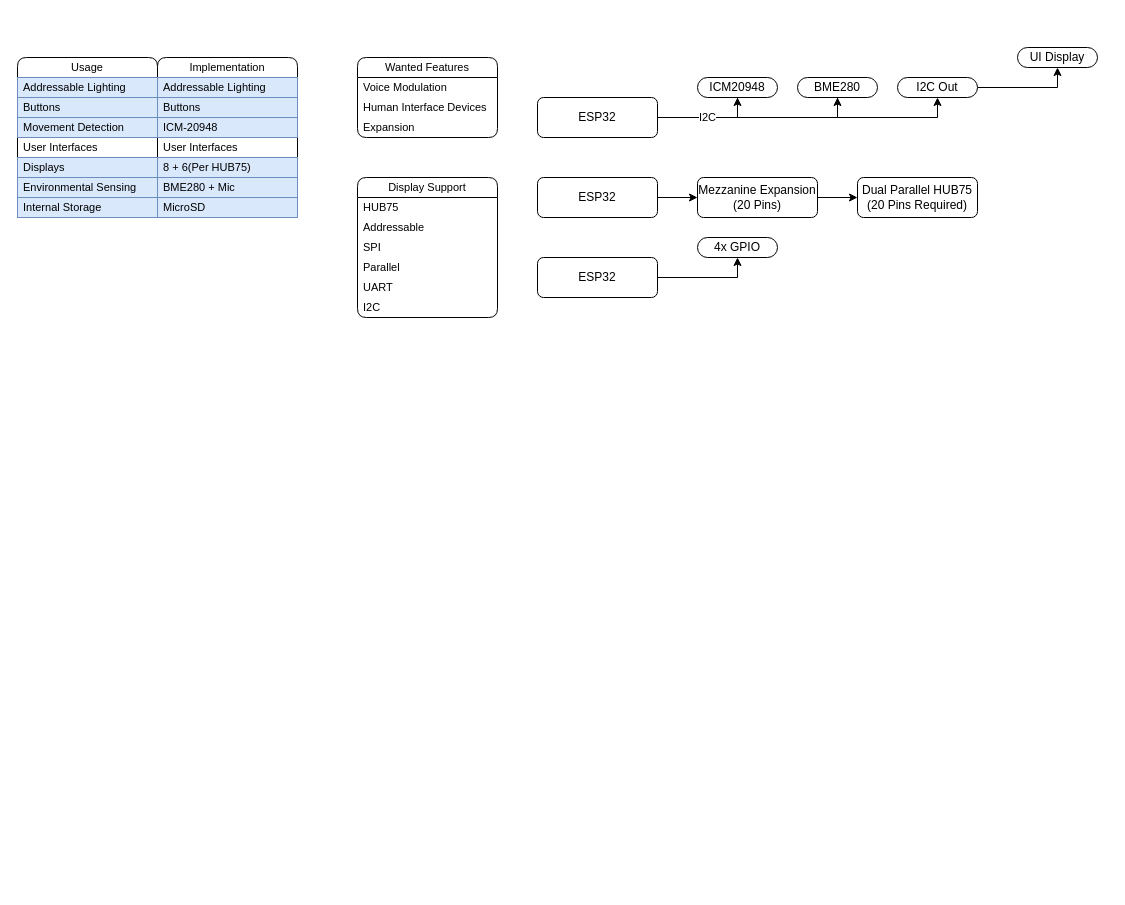
Earlier version of the draw.io diagram page "Brainstorm" (2 of 6) of Documents/Diagram.drawio (Cyberspecies/Multi-Cosplay_Board). Source tidied: cells renumbered, new cells numbered last; positions are measured from the earlier drawing's top-left corner, leaving out a move shared by most shapes. Both pictures are drawn from the tidied source at 100%, with x=0, y=0 at pixel (17, 47).
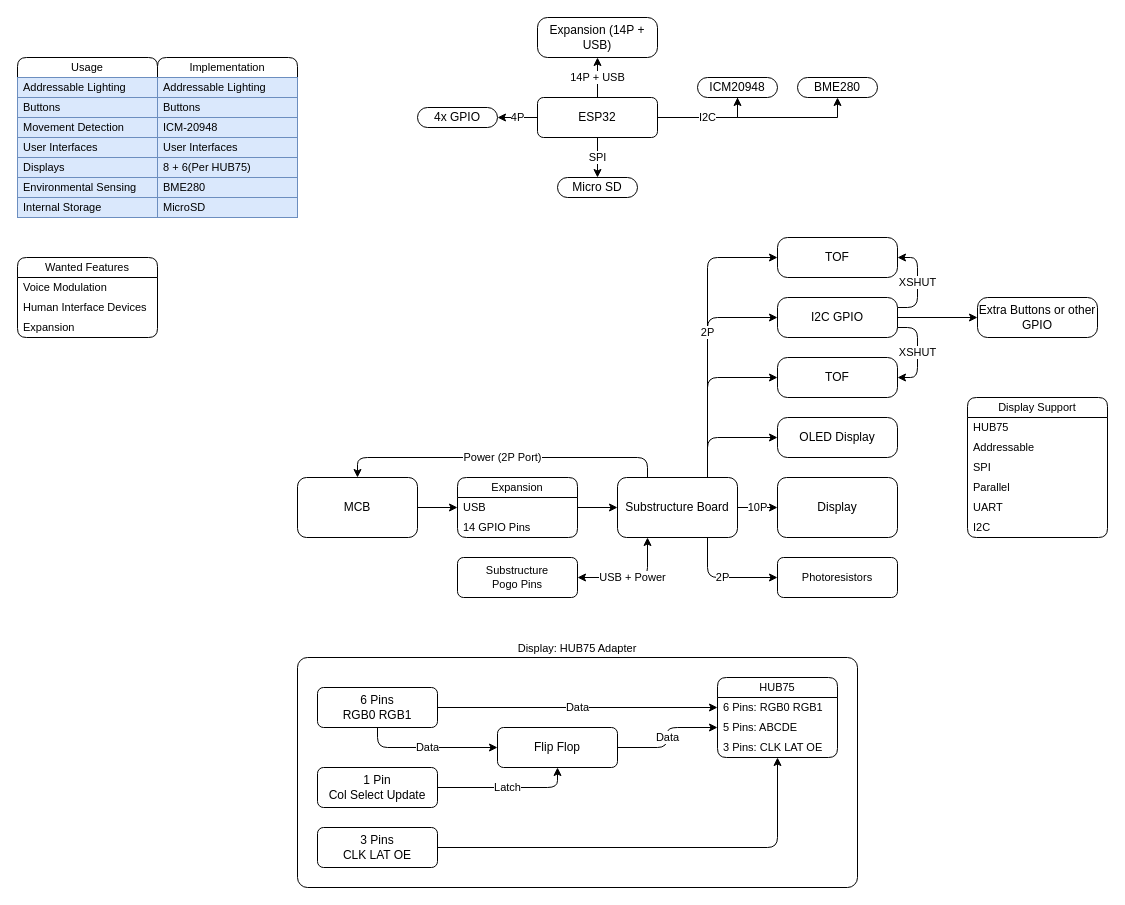
After the change.

The change refers to these unchanged cells:
```xml
<mxCell id="2" value="Usage" style="swimlane;fontStyle=0;horizontal=1;startSize=20;whiteSpace=wrap;html=1;fontFamily=Helvetica;fontSize=11;fontColor=default;labelBackgroundColor=default;rounded=1;" parent="1" vertex="1">
  <mxGeometry y="10" width="140" height="160" as="geometry" />
</mxCell>
<mxCell id="10" value="Implementation" style="swimlane;fontStyle=0;horizontal=1;startSize=20;whiteSpace=wrap;html=1;fontFamily=Helvetica;fontSize=11;fontColor=default;labelBackgroundColor=default;rounded=1;" parent="1" vertex="1">
  <mxGeometry x="140" y="10" width="140" height="160" as="geometry" />
</mxCell>
<mxCell id="30" value="ESP32" style="rounded=1;whiteSpace=wrap;html=1;" parent="1" vertex="1">
  <mxGeometry x="520" y="50" width="120" height="40" as="geometry" />
</mxCell>
<mxCell id="34" value="BME280" style="rounded=1;whiteSpace=wrap;html=1;absoluteArcSize=1;" parent="1" vertex="1">
  <mxGeometry x="780" y="30" width="80" height="20" as="geometry" />
</mxCell>
```

What changed in the source:
```diff
@@
-    <mxCell id="6" value="User Interfaces" style="text;strokeColor=none;fillColor=none;align=left;verticalAlign=middle;spacingLeft=4;spacingRight=4;overflow=hidden;whiteSpace=wrap;html=1;fontFamily=Helvetica;fontSize=11;fontColor=default;labelBackgroundColor=none;" parent="2" vertex="1">
+    <mxCell id="6" value="User Interfaces" style="text;strokeColor=#6c8ebf;fillColor=#dae8fc;align=left;verticalAlign=middle;spacingLeft=4;spacingRight=4;overflow=hidden;whiteSpace=wrap;html=1;fontFamily=Helvetica;fontSize=11;fontColor=default;labelBackgroundColor=none;" parent="2" vertex="1">
       <mxGeometry y="80" width="140" height="20" as="geometry" />
     </mxCell>
@@
-    <mxCell id="14" value="User Interfaces" style="text;strokeColor=none;fillColor=none;align=left;verticalAlign=middle;spacingLeft=4;spacingRight=4;overflow=hidden;whiteSpace=wrap;html=1;fontFamily=Helvetica;fontSize=11;fontColor=default;labelBackgroundColor=none;" parent="10" vertex="1">
+    <mxCell id="14" value="User Interfaces" style="text;strokeColor=#6c8ebf;fillColor=#dae8fc;align=left;verticalAlign=middle;spacingLeft=4;spacingRight=4;overflow=hidden;whiteSpace=wrap;html=1;fontFamily=Helvetica;fontSize=11;fontColor=default;labelBackgroundColor=none;" parent="10" vertex="1">
       <mxGeometry y="80" width="140" height="20" as="geometry" />
     </mxCell>
@@
-    <mxCell id="16" value="BME280 + Mic" style="text;strokeColor=#6c8ebf;fillColor=#dae8fc;align=left;verticalAlign=middle;spacingLeft=4;spacingRight=4;overflow=hidden;whiteSpace=wrap;html=1;fontFamily=Helvetica;fontSize=11;labelBackgroundColor=none;" parent="10" vertex="1">
+    <mxCell id="16" value="BME280" style="text;strokeColor=#6c8ebf;fillColor=#dae8fc;align=left;verticalAlign=middle;spacingLeft=4;spacingRight=4;overflow=hidden;whiteSpace=wrap;html=1;fontFamily=Helvetica;fontSize=11;labelBackgroundColor=none;" parent="10" vertex="1">
       <mxGeometry y="120" width="140" height="20" as="geometry" />
     </mxCell>
@@
     <mxCell id="18" value="Wanted Features" style="swimlane;fontStyle=0;horizontal=1;startSize=20;whiteSpace=wrap;html=1;fontFamily=Helvetica;fontSize=11;fontColor=default;labelBackgroundColor=default;rounded=1;" parent="1" vertex="1">
-      <mxGeometry x="340" y="10" width="140" height="80" as="geometry" />
+      <mxGeometry y="210" width="140" height="80" as="geometry" />
     </mxCell>
@@
     <mxCell id="22" value="Display Support" style="swimlane;fontStyle=0;horizontal=1;startSize=20;whiteSpace=wrap;html=1;fontFamily=Helvetica;fontSize=11;fontColor=default;labelBackgroundColor=default;rounded=1;" parent="1" vertex="1">
-      <mxGeometry x="340" y="130" width="140" height="140" as="geometry" />
+      <mxGeometry x="950" y="350" width="140" height="140" as="geometry" />
     </mxCell>
@@
+    <mxCell id="46" value="SPI" style="edgeStyle=orthogonalEdgeStyle;shape=connector;curved=0;rounded=1;jettySize=auto;html=1;exitX=0.5;exitY=1;exitDx=0;exitDy=0;entryX=0.5;entryY=0;entryDx=0;entryDy=0;strokeColor=default;align=center;verticalAlign=middle;fontFamily=Helvetica;fontSize=11;fontColor=default;labelBackgroundColor=default;endArrow=classic;" parent="1" edge="1" source="30" target="87">
+      <mxGeometry relative="1" as="geometry" />
+    </mxCell>
+    <mxCell id="47" value="14P + USB" style="edgeStyle=orthogonalEdgeStyle;shape=connector;curved=0;rounded=1;jettySize=auto;html=1;exitX=0.5;exitY=0;exitDx=0;exitDy=0;entryX=0.5;entryY=1;entryDx=0;entryDy=0;strokeColor=default;align=center;verticalAlign=middle;fontFamily=Helvetica;fontSize=11;fontColor=default;labelBackgroundColor=default;endArrow=classic;" parent="1" edge="1" source="30" target="89">
+      <mxGeometry relative="1" as="geometry" />
+    </mxCell>
@@
-    <mxCell id="33" style="edgeStyle=orthogonalEdgeStyle;rounded=0;jettySize=auto;html=1;exitX=0.5;exitY=1;exitDx=0;exitDy=0;entryX=0.5;entryY=1;entryDx=0;entryDy=0;" parent="1" edge="1" source="34" target="41">
-      <mxGeometry relative="1" as="geometry" />
-    </mxCell>
@@
-    <mxCell id="35" style="edgeStyle=orthogonalEdgeStyle;rounded=0;jettySize=auto;html=1;exitX=1;exitY=0.5;exitDx=0;exitDy=0;entryX=0;entryY=0.5;entryDx=0;entryDy=0;" parent="1" edge="1" source="36" target="38">
-      <mxGeometry relative="1" as="geometry" />
-    </mxCell>
-    <mxCell id="36" value="ESP32" style="rounded=1;whiteSpace=wrap;html=1;" parent="1" vertex="1">
-      <mxGeometry x="520" y="130" width="120" height="40" as="geometry" />
-    </mxCell>
-    <mxCell id="37" style="edgeStyle=orthogonalEdgeStyle;rounded=0;jettySize=auto;html=1;exitX=1;exitY=0.5;exitDx=0;exitDy=0;entryX=0;entryY=0.5;entryDx=0;entryDy=0;" parent="1" edge="1" source="38" target="39">
-      <mxGeometry relative="1" as="geometry" />
-    </mxCell>
-    <mxCell id="38" value="&lt;div&gt;Mezzanine Expansion (&lt;span style=&quot;background-color: initial;&quot;&gt;20 Pins)&lt;/span&gt;&lt;/div&gt;" style="rounded=1;whiteSpace=wrap;html=1;" parent="1" vertex="1">
-      <mxGeometry x="680" y="130" width="120" height="40" as="geometry" />
-    </mxCell>
-    <mxCell id="39" value="Dual Parallel HUB75&lt;div&gt;(20 Pins Required)&lt;/div&gt;" style="rounded=1;whiteSpace=wrap;html=1;" parent="1" vertex="1">
-      <mxGeometry x="840" y="130" width="120" height="40" as="geometry" />
-    </mxCell>
-    <mxCell id="40" style="edgeStyle=orthogonalEdgeStyle;rounded=0;jettySize=auto;html=1;exitX=1;exitY=0.5;exitDx=0;exitDy=0;entryX=0.5;entryY=1;entryDx=0;entryDy=0;" parent="1" edge="1" source="41" target="45">
-      <mxGeometry relative="1" as="geometry" />
-    </mxCell>
-    <mxCell id="41" value="I2C Out" style="rounded=1;whiteSpace=wrap;html=1;absoluteArcSize=1;" parent="1" vertex="1">
-      <mxGeometry x="880" y="30" width="80" height="20" as="geometry" />
-    </mxCell>
-    <mxCell id="42" style="edgeStyle=orthogonalEdgeStyle;rounded=0;jettySize=auto;html=1;exitX=1;exitY=0.5;exitDx=0;exitDy=0;entryX=0.5;entryY=1;entryDx=0;entryDy=0;" parent="1" edge="1" source="43" target="44">
+    <mxCell id="42" value="4P" style="edgeStyle=orthogonalEdgeStyle;rounded=0;jettySize=auto;html=1;exitX=0;exitY=0.5;exitDx=0;exitDy=0;entryX=1;entryY=0.5;entryDx=0;entryDy=0;" parent="1" edge="1" source="30" target="44">
       <mxGeometry relative="1" as="geometry" />
     </mxCell>
-    <mxCell id="43" value="ESP32" style="rounded=1;whiteSpace=wrap;html=1;" parent="1" vertex="1">
-      <mxGeometry x="520" y="210" width="120" height="40" as="geometry" />
-    </mxCell>
     <mxCell id="44" value="4x GPIO" style="rounded=1;whiteSpace=wrap;html=1;absoluteArcSize=1;" parent="1" vertex="1">
-      <mxGeometry x="680" y="190" width="80" height="20" as="geometry" />
+      <mxGeometry x="400" y="60" width="80" height="20" as="geometry" />
     </mxCell>
-    <mxCell id="45" value="UI Display" style="rounded=1;whiteSpace=wrap;html=1;absoluteArcSize=1;" parent="1" vertex="1">
-      <mxGeometry x="1000" width="80" height="20" as="geometry" />
-    </mxCell>
+    <mxCell id="48" value="MCB" style="rounded=1;whiteSpace=wrap;html=1;" parent="1" vertex="1">
+      <mxGeometry x="280" y="430" width="120" height="60" as="geometry" />
+    </mxCell>
+    <mxCell id="49" style="edgeStyle=orthogonalEdgeStyle;rounded=0;jettySize=auto;html=1;exitX=1;exitY=0.5;exitDx=0;exitDy=0;" parent="1" edge="1" source="48" target="51">
+      <mxGeometry relative="1" as="geometry" />
+    </mxCell>
+    <mxCell id="50" style="edgeStyle=orthogonalEdgeStyle;rounded=0;jettySize=auto;html=1;entryX=0;entryY=0.5;entryDx=0;entryDy=0;" parent="1" edge="1" source="51" target="61">
+      <mxGeometry relative="1" as="geometry" />
+    </mxCell>
+    <mxCell id="51" value="Expansion" style="swimlane;fontStyle=0;horizontal=1;startSize=20;whiteSpace=wrap;html=1;fontFamily=Helvetica;fontSize=11;fontColor=default;labelBackgroundColor=default;rounded=1;" parent="1" vertex="1">
+      <mxGeometry x="440" y="430" width="120" height="60" as="geometry" />
+    </mxCell>
+    <mxCell id="52" value="USB" style="text;strokeColor=none;fillColor=none;align=left;verticalAlign=middle;spacingLeft=4;spacingRight=4;overflow=hidden;whiteSpace=wrap;html=1;fontFamily=Helvetica;fontSize=11;fontColor=default;labelBackgroundColor=default;" parent="51" vertex="1">
+      <mxGeometry y="20" width="120" height="20" as="geometry" />
+    </mxCell>
+    <mxCell id="53" value="14 GPIO Pins" style="text;strokeColor=none;fillColor=none;align=left;verticalAlign=middle;spacingLeft=4;spacingRight=4;overflow=hidden;whiteSpace=wrap;html=1;fontFamily=Helvetica;fontSize=11;fontColor=default;labelBackgroundColor=default;" parent="51" vertex="1">
+      <mxGeometry y="40" width="120" height="20" as="geometry" />
+    </mxCell>
+    <mxCell id="54" value="10P" style="edgeStyle=orthogonalEdgeStyle;shape=connector;curved=0;rounded=1;jettySize=auto;html=1;exitX=1;exitY=0.5;exitDx=0;exitDy=0;entryX=0;entryY=0.5;entryDx=0;entryDy=0;strokeColor=default;align=center;verticalAlign=middle;fontFamily=Helvetica;fontSize=11;fontColor=default;labelBackgroundColor=default;endArrow=classic;" parent="1" edge="1" source="61" target="76">
+      <mxGeometry relative="1" as="geometry" />
+    </mxCell>
+    <mxCell id="55" value="2P" style="edgeStyle=orthogonalEdgeStyle;shape=connector;curved=0;rounded=1;jettySize=auto;html=1;exitX=0.75;exitY=1;exitDx=0;exitDy=0;entryX=0;entryY=0.5;entryDx=0;entryDy=0;strokeColor=default;align=center;verticalAlign=middle;fontFamily=Helvetica;fontSize=11;fontColor=default;labelBackgroundColor=default;endArrow=classic;" parent="1" edge="1" source="61" target="82">
+      <mxGeometry relative="1" as="geometry" />
+    </mxCell>
+    <mxCell id="56" value="USB + Power" style="edgeStyle=orthogonalEdgeStyle;shape=connector;curved=0;rounded=1;jettySize=auto;html=1;exitX=0.25;exitY=1;exitDx=0;exitDy=0;entryX=1;entryY=0.5;entryDx=0;entryDy=0;strokeColor=default;align=center;verticalAlign=middle;fontFamily=Helvetica;fontSize=11;fontColor=default;labelBackgroundColor=default;endArrow=classic;startArrow=classic;startFill=1;" parent="1" edge="1" source="61" target="83">
+      <mxGeometry relative="1" as="geometry" />
+    </mxCell>
+    <mxCell id="57" style="edgeStyle=orthogonalEdgeStyle;shape=connector;curved=0;rounded=1;jettySize=auto;html=1;exitX=0.75;exitY=0;exitDx=0;exitDy=0;entryX=0;entryY=0.5;entryDx=0;entryDy=0;strokeColor=default;align=center;verticalAlign=middle;fontFamily=Helvetica;fontSize=11;fontColor=default;labelBackgroundColor=default;endArrow=classic;" parent="1" edge="1" source="61" target="84">
+      <mxGeometry relative="1" as="geometry" />
+    </mxCell>
+    <mxCell id="58" style="edgeStyle=orthogonalEdgeStyle;shape=connector;curved=0;rounded=1;jettySize=auto;html=1;exitX=0.75;exitY=0;exitDx=0;exitDy=0;entryX=0;entryY=0.5;entryDx=0;entryDy=0;strokeColor=default;align=center;verticalAlign=middle;fontFamily=Helvetica;fontSize=11;fontColor=default;labelBackgroundColor=default;endArrow=classic;" parent="1" edge="1" source="61" target="77">
+      <mxGeometry relative="1" as="geometry" />
+    </mxCell>
+    <mxCell id="59" style="edgeStyle=orthogonalEdgeStyle;shape=connector;curved=0;rounded=1;jettySize=auto;html=1;exitX=0.75;exitY=0;exitDx=0;exitDy=0;entryX=0;entryY=0.5;entryDx=0;entryDy=0;strokeColor=default;align=center;verticalAlign=middle;fontFamily=Helvetica;fontSize=11;fontColor=default;labelBackgroundColor=default;endArrow=classic;" parent="1" edge="1" source="61" target="81">
+      <mxGeometry relative="1" as="geometry" />
+    </mxCell>
+    <mxCell id="60" value="Power (2P Port)" style="edgeStyle=orthogonalEdgeStyle;shape=connector;curved=0;rounded=1;jettySize=auto;html=1;exitX=0.25;exitY=0;exitDx=0;exitDy=0;entryX=0.5;entryY=0;entryDx=0;entryDy=0;strokeColor=default;align=center;verticalAlign=middle;fontFamily=Helvetica;fontSize=11;fontColor=default;labelBackgroundColor=default;endArrow=classic;" parent="1" edge="1" source="61" target="48">
+      <mxGeometry relative="1" as="geometry" />
+    </mxCell>
+    <mxCell id="61" value="Substructure Board" style="rounded=1;whiteSpace=wrap;html=1;" parent="1" vertex="1">
+      <mxGeometry x="600" y="430" width="120" height="60" as="geometry" />
+    </mxCell>
+    <mxCell id="62" value="Display: HUB75 Adapter" style="rounded=1;whiteSpace=wrap;html=1;fontFamily=Helvetica;fontSize=11;fontColor=default;labelBackgroundColor=default;labelPosition=center;verticalLabelPosition=top;align=center;verticalAlign=bottom;absoluteArcSize=1;" parent="1" vertex="1">
+      <mxGeometry x="280" y="610" width="560" height="230" as="geometry" />
+    </mxCell>
+    <mxCell id="63" value="Data" style="edgeStyle=orthogonalEdgeStyle;rounded=1;jettySize=auto;html=1;exitX=1;exitY=0.5;exitDx=0;exitDy=0;entryX=0;entryY=0.5;entryDx=0;entryDy=0;curved=0;" parent="62" edge="1" source="65" target="69">
+      <mxGeometry relative="1" as="geometry" />
+    </mxCell>
+    <mxCell id="64" value="Data" style="edgeStyle=orthogonalEdgeStyle;shape=connector;curved=0;rounded=1;jettySize=auto;html=1;exitX=0.5;exitY=1;exitDx=0;exitDy=0;entryX=0;entryY=0.5;entryDx=0;entryDy=0;strokeColor=default;align=center;verticalAlign=middle;fontFamily=Helvetica;fontSize=11;fontColor=default;labelBackgroundColor=default;endArrow=classic;" parent="62" edge="1" source="65" target="67">
+      <mxGeometry relative="1" as="geometry" />
+    </mxCell>
+    <mxCell id="65" value="6 Pins&lt;div&gt;RGB0 RGB1&lt;/div&gt;" style="rounded=1;whiteSpace=wrap;html=1;" parent="62" vertex="1">
+      <mxGeometry x="20" y="30" width="120" height="40" as="geometry" />
+    </mxCell>
+    <mxCell id="66" value="Data" style="edgeStyle=orthogonalEdgeStyle;shape=connector;curved=0;rounded=1;jettySize=auto;html=1;exitX=1;exitY=0.5;exitDx=0;exitDy=0;entryX=0;entryY=0.5;entryDx=0;entryDy=0;strokeColor=default;align=center;verticalAlign=middle;fontFamily=Helvetica;fontSize=11;fontColor=default;labelBackgroundColor=default;endArrow=classic;" parent="62" edge="1" source="67" target="70">
+      <mxGeometry relative="1" as="geometry" />
+    </mxCell>
+    <mxCell id="67" value="Flip Flop" style="rounded=1;whiteSpace=wrap;html=1;" parent="62" vertex="1">
+      <mxGeometry x="200" y="70" width="120" height="40" as="geometry" />
+    </mxCell>
+    <mxCell id="68" value="HUB75" style="swimlane;fontStyle=0;horizontal=1;startSize=20;whiteSpace=wrap;html=1;fontFamily=Helvetica;fontSize=11;fontColor=default;labelBackgroundColor=default;rounded=1;" parent="62" vertex="1">
+      <mxGeometry x="420" y="20" width="120" height="80" as="geometry" />
+    </mxCell>
+    <mxCell id="69" value="6 Pins: RGB0 RGB1" style="text;strokeColor=none;fillColor=none;align=left;verticalAlign=middle;spacingLeft=4;spacingRight=4;overflow=hidden;points=[[0,0.5],[1,0.5]];portConstraint=eastwest;whiteSpace=wrap;html=1;fontFamily=Helvetica;fontSize=11;fontColor=default;labelBackgroundColor=default;" parent="68" vertex="1">
+      <mxGeometry y="20" width="120" height="20" as="geometry" />
+    </mxCell>
+    <mxCell id="70" value="5 Pins: ABCDE" style="text;strokeColor=none;fillColor=none;align=left;verticalAlign=middle;spacingLeft=4;spacingRight=4;overflow=hidden;points=[[0,0.5],[1,0.5]];portConstraint=eastwest;whiteSpace=wrap;html=1;fontFamily=Helvetica;fontSize=11;fontColor=default;labelBackgroundColor=default;" parent="68" vertex="1">
+      <mxGeometry y="40" width="120" height="20" as="geometry" />
+    </mxCell>
+    <mxCell id="71" value="3 Pins: CLK LAT OE" style="text;strokeColor=none;fillColor=none;align=left;verticalAlign=middle;spacingLeft=4;spacingRight=4;overflow=hidden;whiteSpace=wrap;html=1;fontFamily=Helvetica;fontSize=11;fontColor=default;labelBackgroundColor=default;" parent="68" vertex="1">
+      <mxGeometry y="60" width="120" height="20" as="geometry" />
+    </mxCell>
+    <mxCell id="72" value="Latch" style="edgeStyle=orthogonalEdgeStyle;shape=connector;curved=0;rounded=1;jettySize=auto;html=1;exitX=1;exitY=0.5;exitDx=0;exitDy=0;entryX=0.5;entryY=1;entryDx=0;entryDy=0;strokeColor=default;align=center;verticalAlign=middle;fontFamily=Helvetica;fontSize=11;fontColor=default;labelBackgroundColor=default;endArrow=classic;" parent="62" edge="1" source="73" target="67">
+      <mxGeometry relative="1" as="geometry" />
+    </mxCell>
+    <mxCell id="73" value="&lt;div&gt;1 Pin&lt;/div&gt;Col Select Update" style="rounded=1;whiteSpace=wrap;html=1;" parent="62" vertex="1">
+      <mxGeometry x="20" y="110" width="120" height="40" as="geometry" />
+    </mxCell>
+    <mxCell id="74" style="edgeStyle=orthogonalEdgeStyle;shape=connector;curved=0;rounded=1;jettySize=auto;html=1;exitX=1;exitY=0.5;exitDx=0;exitDy=0;entryX=0.5;entryY=1;entryDx=0;entryDy=0;strokeColor=default;align=center;verticalAlign=middle;fontFamily=Helvetica;fontSize=11;fontColor=default;labelBackgroundColor=default;endArrow=classic;" parent="62" edge="1" source="75" target="68">
+      <mxGeometry relative="1" as="geometry" />
+    </mxCell>
+    <mxCell id="75" value="&lt;div&gt;3 Pins&lt;/div&gt;CLK LAT OE" style="rounded=1;whiteSpace=wrap;html=1;" parent="62" vertex="1">
+      <mxGeometry x="20" y="170" width="120" height="40" as="geometry" />
+    </mxCell>
+    <mxCell id="76" value="Display" style="rounded=1;whiteSpace=wrap;html=1;" parent="1" vertex="1">
+      <mxGeometry x="760" y="430" width="120" height="60" as="geometry" />
+    </mxCell>
+    <mxCell id="77" value="TOF" style="rounded=1;whiteSpace=wrap;html=1;absoluteArcSize=1;" parent="1" vertex="1">
+      <mxGeometry x="760" y="310" width="120" height="40" as="geometry" />
+    </mxCell>
+    <mxCell id="78" value="TOF" style="rounded=1;whiteSpace=wrap;html=1;absoluteArcSize=1;" parent="1" vertex="1">
+      <mxGeometry x="760" y="190" width="120" height="40" as="geometry" />
+    </mxCell>
+    <mxCell id="79" value="XSHUT" style="edgeStyle=orthogonalEdgeStyle;shape=connector;curved=0;rounded=1;jettySize=auto;html=1;exitX=1;exitY=0.25;exitDx=0;exitDy=0;entryX=1;entryY=0.5;entryDx=0;entryDy=0;strokeColor=default;align=center;verticalAlign=middle;fontFamily=Helvetica;fontSize=11;fontColor=default;labelBackgroundColor=default;endArrow=classic;" parent="1" edge="1" source="81" target="78">
+      <mxGeometry relative="1" as="geometry" />
+    </mxCell>
+    <mxCell id="80" style="edgeStyle=orthogonalEdgeStyle;shape=connector;curved=0;rounded=1;jettySize=auto;html=1;exitX=1;exitY=0.5;exitDx=0;exitDy=0;entryX=0;entryY=0.5;entryDx=0;entryDy=0;strokeColor=default;align=center;verticalAlign=middle;fontFamily=Helvetica;fontSize=11;fontColor=default;labelBackgroundColor=default;endArrow=classic;" parent="1" edge="1" source="81" target="88">
+      <mxGeometry relative="1" as="geometry" />
+    </mxCell>
+    <mxCell id="81" value="I2C GPIO" style="rounded=1;whiteSpace=wrap;html=1;absoluteArcSize=1;" parent="1" vertex="1">
+      <mxGeometry x="760" y="250" width="120" height="40" as="geometry" />
+    </mxCell>
+    <mxCell id="82" value="Photoresistors" style="rounded=1;whiteSpace=wrap;html=1;fontFamily=Helvetica;fontSize=11;fontColor=default;labelBackgroundColor=default;" parent="1" vertex="1">
+      <mxGeometry x="760" y="510" width="120" height="40" as="geometry" />
+    </mxCell>
+    <mxCell id="83" value="Substructure&lt;div&gt;Pogo Pins&lt;/div&gt;" style="rounded=1;whiteSpace=wrap;html=1;fontFamily=Helvetica;fontSize=11;fontColor=default;labelBackgroundColor=default;" parent="1" vertex="1">
+      <mxGeometry x="440" y="510" width="120" height="40" as="geometry" />
+    </mxCell>
+    <mxCell id="84" value="OLED Display" style="rounded=1;whiteSpace=wrap;html=1;absoluteArcSize=1;" parent="1" vertex="1">
+      <mxGeometry x="760" y="370" width="120" height="40" as="geometry" />
+    </mxCell>
+    <mxCell id="85" value="XSHUT" style="edgeStyle=orthogonalEdgeStyle;shape=connector;curved=0;rounded=1;jettySize=auto;html=1;exitX=1;exitY=0.75;exitDx=0;exitDy=0;entryX=1;entryY=0.5;entryDx=0;entryDy=0;strokeColor=default;align=center;verticalAlign=middle;fontFamily=Helvetica;fontSize=11;fontColor=default;labelBackgroundColor=default;endArrow=classic;" parent="1" edge="1" source="81" target="77">
+      <mxGeometry relative="1" as="geometry" />
+    </mxCell>
+    <mxCell id="86" value="2P" style="edgeStyle=orthogonalEdgeStyle;shape=connector;curved=0;rounded=1;jettySize=auto;html=1;exitX=0.75;exitY=0;exitDx=0;exitDy=0;entryX=0;entryY=0.5;entryDx=0;entryDy=0;strokeColor=default;align=center;verticalAlign=middle;fontFamily=Helvetica;fontSize=11;fontColor=default;labelBackgroundColor=default;endArrow=classic;" parent="1" edge="1" source="61" target="78">
+      <mxGeometry relative="1" as="geometry" />
+    </mxCell>
+    <mxCell id="87" value="Micro SD" style="rounded=1;whiteSpace=wrap;html=1;absoluteArcSize=1;" parent="1" vertex="1">
+      <mxGeometry x="540" y="130" width="80" height="20" as="geometry" />
+    </mxCell>
+    <mxCell id="88" value="Extra Buttons or other GPIO" style="rounded=1;whiteSpace=wrap;html=1;absoluteArcSize=1;" parent="1" vertex="1">
+      <mxGeometry x="960" y="250" width="120" height="40" as="geometry" />
+    </mxCell>
+    <mxCell id="89" value="Expansion (14P + USB)" style="rounded=1;whiteSpace=wrap;html=1;absoluteArcSize=1;" parent="1" vertex="1">
+      <mxGeometry x="520" y="-30" width="120" height="40" as="geometry" />
+    </mxCell>
```
